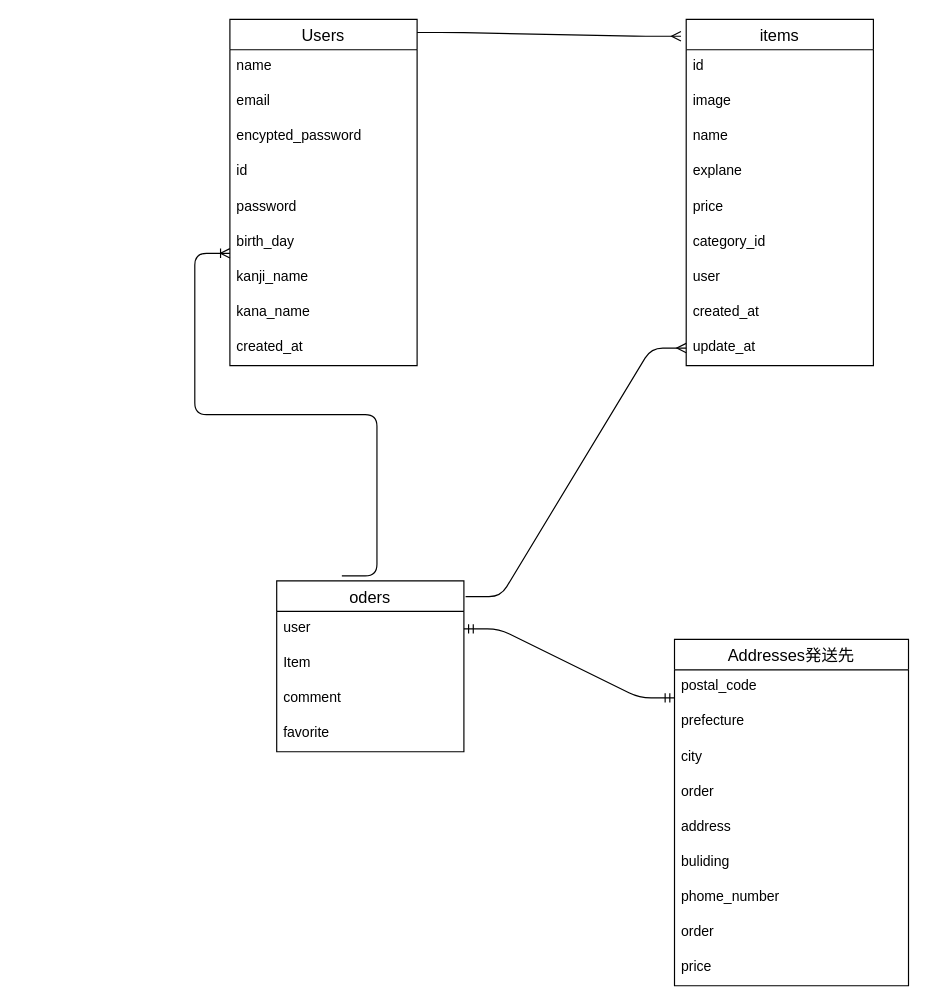
This is page "ページ1" (1 of 2) of test.dio from yuuuuuuuka/furima-41437, a draw.io file, before an edit. Source tidied: cells renumbered, new cells numbered last; positions are measured from the earlier drawing's top-left corner, leaving out a move shared by most shapes. Both pictures are drawn from the tidied source at 117%, with x=0, y=0 at pixel (229, 19).
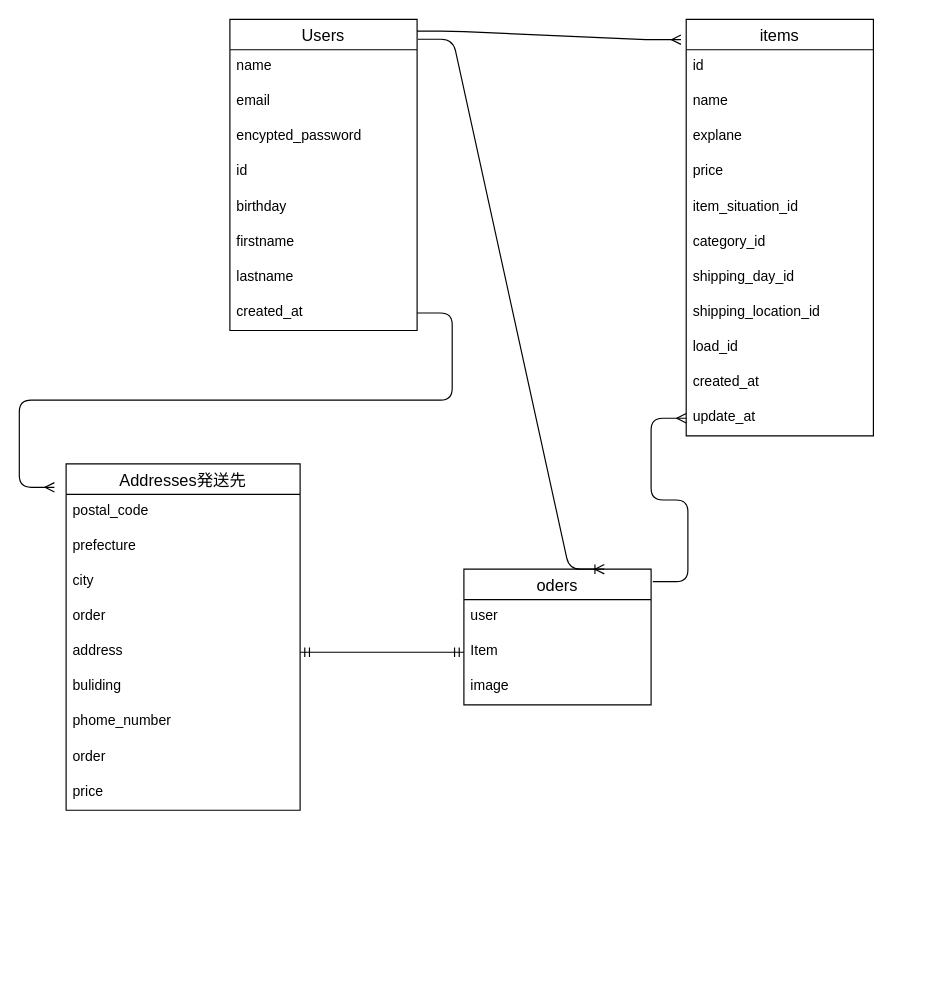
After the change.

Unchanged cells that the change refers to:
```xml
<mxCell id="13" value="user&#10;" style="text;strokeColor=none;fillColor=none;spacingLeft=4;spacingRight=4;overflow=hidden;points=[[0,0.5],[1,0.5]];portConstraint=eastwest;fontSize=12;" parent="12" vertex="1">
  <mxGeometry y="26" width="160" height="30" as="geometry" />
</mxCell>
<mxCell id="14" value="Item" style="text;strokeColor=none;fillColor=none;spacingLeft=4;spacingRight=4;overflow=hidden;points=[[0,0.5],[1,0.5]];portConstraint=eastwest;fontSize=12;" parent="12" vertex="1">
  <mxGeometry y="56" width="160" height="30" as="geometry" />
</mxCell>
<mxCell id="33" value="address" style="text;strokeColor=none;fillColor=none;spacingLeft=4;spacingRight=4;overflow=hidden;points=[[0,0.5],[1,0.5]];portConstraint=eastwest;fontSize=12;" parent="28" vertex="1">
  <mxGeometry y="146" width="200" height="30" as="geometry" />
</mxCell>
```

Diff of the diagram source:
```diff
@@
     <mxCell id="2" value="Users" style="swimlane;fontStyle=0;horizontal=1;startSize=26;align=center;fontSize=14;" parent="1" vertex="1">
-      <mxGeometry width="160" height="296" as="geometry" />
+      <mxGeometry width="160" height="266" as="geometry" />
     </mxCell>
@@
-    <mxCell id="7" value="password" style="text;strokeColor=none;fillColor=none;spacingLeft=4;spacingRight=4;overflow=hidden;fontSize=12;" parent="2" vertex="1">
-      <mxGeometry y="146" width="160" height="30" as="geometry" />
-    </mxCell>
-    <mxCell id="8" value="birth_day" style="text;strokeColor=none;fillColor=none;spacingLeft=4;spacingRight=4;overflow=hidden;fontSize=12;" parent="2" vertex="1">
-      <mxGeometry y="176" width="160" height="30" as="geometry" />
+    <mxCell id="8" value="birthday" style="text;strokeColor=none;fillColor=none;spacingLeft=4;spacingRight=4;overflow=hidden;fontSize=12;" parent="2" vertex="1">
+      <mxGeometry y="146" width="160" height="30" as="geometry" />
     </mxCell>
-    <mxCell id="9" value="kanji_name" style="text;strokeColor=none;fillColor=none;spacingLeft=4;spacingRight=4;overflow=hidden;fontSize=12;" parent="2" vertex="1">
-      <mxGeometry y="206" width="160" height="30" as="geometry" />
+    <mxCell id="9" value="firstname" style="text;strokeColor=none;fillColor=none;spacingLeft=4;spacingRight=4;overflow=hidden;fontSize=12;" parent="2" vertex="1">
+      <mxGeometry y="176" width="160" height="30" as="geometry" />
     </mxCell>
-    <mxCell id="10" value="kana_name" style="text;strokeColor=none;fillColor=none;spacingLeft=4;spacingRight=4;overflow=hidden;fontSize=12;" parent="2" vertex="1">
-      <mxGeometry y="236" width="160" height="30" as="geometry" />
+    <mxCell id="10" value="lastname" style="text;strokeColor=none;fillColor=none;spacingLeft=4;spacingRight=4;overflow=hidden;fontSize=12;" parent="2" vertex="1">
+      <mxGeometry y="206" width="160" height="30" as="geometry" />
     </mxCell>
     <mxCell id="11" value="created_at" style="text;strokeColor=none;fillColor=none;spacingLeft=4;spacingRight=4;overflow=hidden;points=[[0,0.5],[1,0.5]];portConstraint=eastwest;fontSize=12;" parent="2" vertex="1">
-      <mxGeometry y="266" width="160" height="30" as="geometry" />
+      <mxGeometry y="236" width="160" height="30" as="geometry" />
     </mxCell>
     <mxCell id="12" value="oders" style="swimlane;fontStyle=0;horizontal=1;startSize=26;align=center;fontSize=14;" parent="1" vertex="1">
-      <mxGeometry x="40" y="480" width="160" height="146" as="geometry" />
+      <mxGeometry x="200" y="470" width="160" height="116" as="geometry" />
     </mxCell>
@@
-    <mxCell id="15" value="comment" style="text;strokeColor=none;fillColor=none;spacingLeft=4;spacingRight=4;overflow=hidden;fontSize=12;" parent="12" vertex="1">
-      <mxGeometry y="86" width="160" height="30" as="geometry" />
-    </mxCell>
-    <mxCell id="16" value="favorite&#10;" style="text;strokeColor=none;fillColor=none;spacingLeft=4;spacingRight=4;overflow=hidden;fontSize=12;" parent="12" vertex="1">
-      <mxGeometry y="116" width="160" height="30" as="geometry" />
-    </mxCell>
+    <mxCell id="19" value="image" style="text;strokeColor=none;fillColor=none;spacingLeft=4;spacingRight=4;overflow=hidden;fontSize=12;" parent="12" vertex="1">
+      <mxGeometry y="86" width="160" height="30" as="geometry" />
+    </mxCell>
     <mxCell id="17" value="items" style="swimlane;fontStyle=0;horizontal=1;startSize=26;align=center;fontSize=14;" parent="1" vertex="1">
-      <mxGeometry x="390" width="160" height="296" as="geometry" />
+      <mxGeometry x="390" width="160" height="356" as="geometry" />
     </mxCell>
@@
-    <mxCell id="19" value="image" style="text;strokeColor=none;fillColor=none;spacingLeft=4;spacingRight=4;overflow=hidden;fontSize=12;" parent="17" vertex="1">
-      <mxGeometry y="56" width="160" height="30" as="geometry" />
-    </mxCell>
     <mxCell id="20" value="name&#10;&#10;" style="text;strokeColor=none;fillColor=none;spacingLeft=4;spacingRight=4;overflow=hidden;fontSize=12;" parent="17" vertex="1">
-      <mxGeometry y="86" width="160" height="30" as="geometry" />
+      <mxGeometry y="56" width="160" height="30" as="geometry" />
     </mxCell>
     <mxCell id="21" value="explane" style="text;strokeColor=none;fillColor=none;spacingLeft=4;spacingRight=4;overflow=hidden;fontSize=12;" parent="17" vertex="1">
-      <mxGeometry y="116" width="160" height="30" as="geometry" />
+      <mxGeometry y="86" width="160" height="30" as="geometry" />
     </mxCell>
     <mxCell id="22" value="price" style="text;strokeColor=none;fillColor=none;spacingLeft=4;spacingRight=4;overflow=hidden;fontSize=12;" parent="17" vertex="1">
-      <mxGeometry y="146" width="160" height="30" as="geometry" />
+      <mxGeometry y="116" width="160" height="30" as="geometry" />
     </mxCell>
+    <mxCell id="24" value="item_situation_id" style="text;strokeColor=none;fillColor=none;spacingLeft=4;spacingRight=4;overflow=hidden;fontSize=12;" parent="17" vertex="1">
+      <mxGeometry y="146" width="160" height="30" as="geometry" />
+    </mxCell>
-    <mxCell id="23" value="category_id&#10;" style="text;strokeColor=none;fillColor=none;spacingLeft=4;spacingRight=4;overflow=hidden;fontSize=12;" parent="17" vertex="1">
+    <mxCell id="23" value="category_id" style="text;strokeColor=none;fillColor=none;spacingLeft=4;spacingRight=4;overflow=hidden;fontSize=12;" parent="17" vertex="1">
       <mxGeometry y="176" width="160" height="30" as="geometry" />
     </mxCell>
-    <mxCell id="24" value="user" style="text;strokeColor=none;fillColor=none;spacingLeft=4;spacingRight=4;overflow=hidden;fontSize=12;" parent="17" vertex="1">
-      <mxGeometry y="206" width="160" height="30" as="geometry" />
-    </mxCell>
+    <mxCell id="41" value="shipping_day_id" style="text;strokeColor=none;fillColor=none;spacingLeft=4;spacingRight=4;overflow=hidden;fontSize=12;" parent="17" vertex="1">
+      <mxGeometry y="206" width="160" height="30" as="geometry" />
+    </mxCell>
+    <mxCell id="42" value="shipping_location_id" style="text;strokeColor=none;fillColor=none;spacingLeft=4;spacingRight=4;overflow=hidden;fontSize=12;" parent="17" vertex="1">
+      <mxGeometry y="236" width="160" height="30" as="geometry" />
+    </mxCell>
+    <mxCell id="43" value="load_id" style="text;strokeColor=none;fillColor=none;spacingLeft=4;spacingRight=4;overflow=hidden;fontSize=12;" parent="17" vertex="1">
+      <mxGeometry y="266" width="160" height="30" as="geometry" />
+    </mxCell>
     <mxCell id="25" value="created_at" style="text;strokeColor=none;fillColor=none;spacingLeft=4;spacingRight=4;overflow=hidden;fontSize=12;" parent="17" vertex="1">
-      <mxGeometry y="236" width="160" height="30" as="geometry" />
+      <mxGeometry y="296" width="160" height="30" as="geometry" />
     </mxCell>
     <mxCell id="26" value="update_at" style="text;strokeColor=none;fillColor=none;spacingLeft=4;spacingRight=4;overflow=hidden;points=[[0,0.5],[1,0.5]];portConstraint=eastwest;fontSize=12;" parent="17" vertex="1">
-      <mxGeometry y="266" width="160" height="30" as="geometry" />
+      <mxGeometry y="326" width="160" height="30" as="geometry" />
     </mxCell>
@@
     <mxCell id="28" value="&#10;Addresses発送先&#10;" style="swimlane;fontStyle=0;horizontal=1;startSize=26;align=center;fontSize=14;" parent="1" vertex="1">
-      <mxGeometry x="380" y="530" width="200" height="296" as="geometry" />
+      <mxGeometry x="-140" y="380" width="200" height="296" as="geometry" />
     </mxCell>
@@
-    <mxCell id="39" style="edgeStyle=entityRelationEdgeStyle;fontSize=12;html=1;endArrow=ERoneToMany;exitX=0.348;exitY=-0.029;exitDx=0;exitDy=0;exitPerimeter=0;" parent="1" edge="1" source="12">
-      <mxGeometry relative="1" as="geometry">
-        <mxPoint y="200" as="targetPoint" />
-      </mxGeometry>
+    <mxCell id="39" style="edgeStyle=entityRelationEdgeStyle;fontSize=12;html=1;endArrow=ERoneToMany;exitX=1.004;exitY=0.064;exitDx=0;exitDy=0;exitPerimeter=0;entryX=0.75;entryY=0;entryDx=0;entryDy=0;" parent="1" edge="1" source="2" target="12">
+      <mxGeometry relative="1" as="geometry" />
     </mxCell>
-    <mxCell id="40" style="edgeStyle=entityRelationEdgeStyle;fontSize=12;html=1;endArrow=ERmandOne;startArrow=ERmandOne;exitX=1;exitY=0.5;exitDx=0;exitDy=0;" parent="1" edge="1" source="13">
-      <mxGeometry relative="1" as="geometry">
-        <mxPoint x="380" y="580" as="targetPoint" />
-      </mxGeometry>
+    <mxCell id="40" style="edgeStyle=entityRelationEdgeStyle;fontSize=12;html=1;endArrow=ERmandOne;startArrow=ERmandOne;exitX=1;exitY=0.5;exitDx=0;exitDy=0;entryX=0;entryY=0.5;entryDx=0;entryDy=0;" parent="1" edge="1" source="33" target="14">
+      <mxGeometry relative="1" as="geometry" />
     </mxCell>
+    <mxCell id="44" style="edgeStyle=entityRelationEdgeStyle;fontSize=12;html=1;endArrow=ERmany;" parent="1" edge="1" source="11">
+      <mxGeometry relative="1" as="geometry">
+        <mxPoint x="-150" y="400" as="targetPoint" />
+      </mxGeometry>
+    </mxCell>
```
